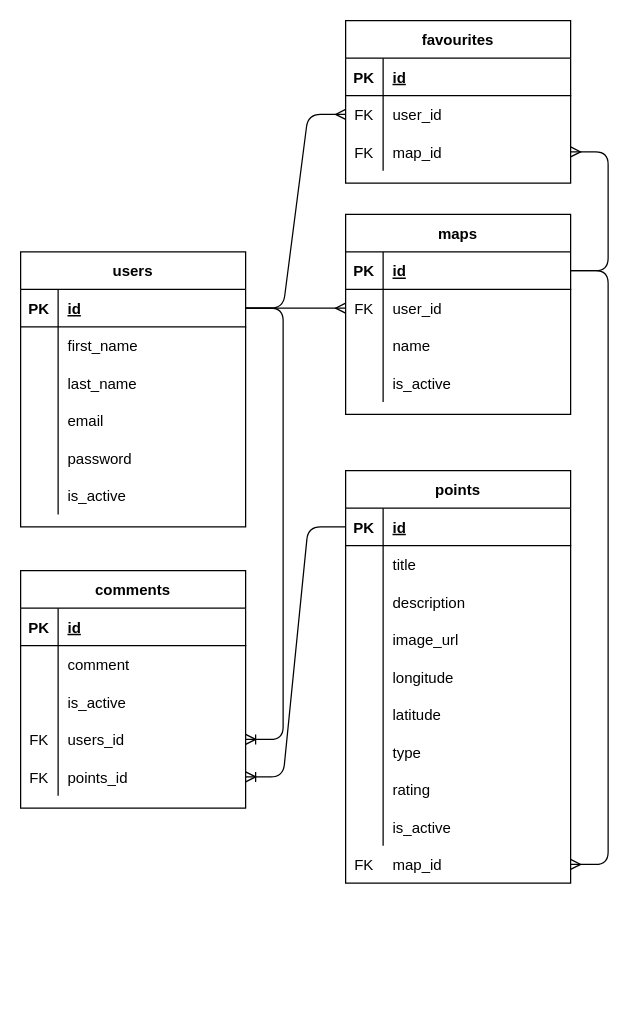
This is planning/midterm_ERD.drawio from StewartMck/mapit, a draw.io file, before an edit. Source tidied: cells renumbered, new cells numbered last; positions are measured from the earlier drawing's top-left corner, leaving out a move shared by most shapes. Both pictures are drawn from the tidied source at 125%, with x=0, y=0 at pixel (20, 20).
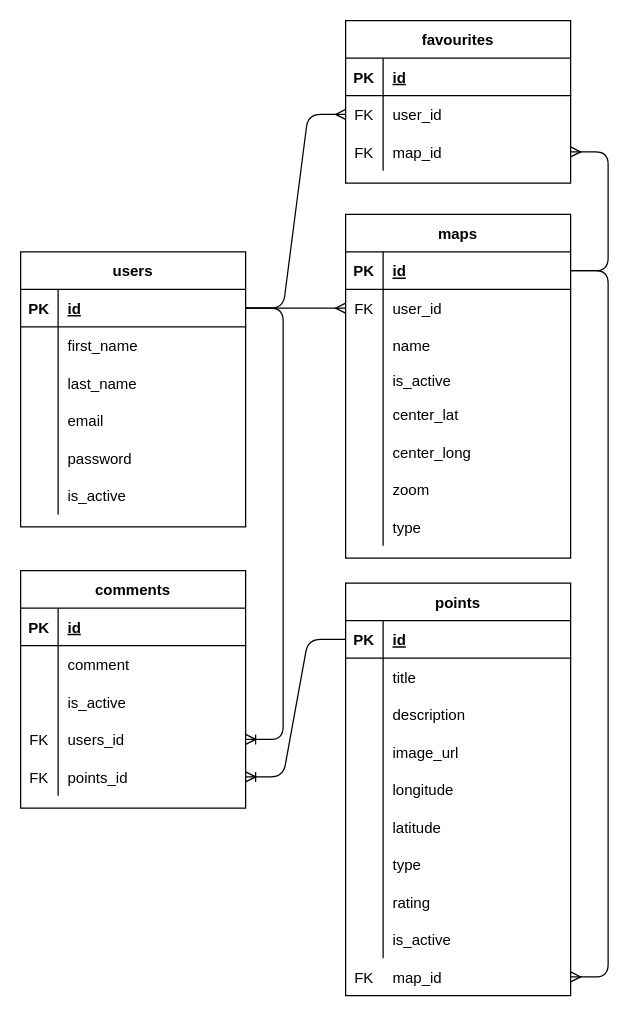
The same page after the edit.

Change to the diagram source:
```diff
@@
     <mxCell id="2" value="maps" style="shape=table;startSize=30;childLayout=tableLayout;rowLines=0;fontStyle=1;align=center;" parent="1" vertex="1">
-      <mxGeometry x="260" y="155" width="180" height="160" as="geometry" />
+      <mxGeometry x="260" y="155" width="180" height="275" as="geometry" />
     </mxCell>
@@
     <mxCell id="12" style="shape=partialRectangle;fillColor=none;top=0;left=0;bottom=0;right=0;" parent="2" vertex="1">
-      <mxGeometry y="120" width="180" height="30" as="geometry" />
+      <mxGeometry y="120" width="180" height="25" as="geometry" />
     </mxCell>
     <mxCell id="13" style="shape=partialRectangle;fillColor=none;top=0;left=0;bottom=0;right=0;overflow=hidden;" parent="12" vertex="1">
-      <mxGeometry width="30" height="30" as="geometry" />
+      <mxGeometry width="30" height="25" as="geometry" />
     </mxCell>
     <mxCell id="14" value="is_active" style="shape=partialRectangle;fillColor=none;top=0;left=0;bottom=0;right=0;align=left;spacingLeft=6;overflow=hidden;" parent="12" vertex="1">
-      <mxGeometry x="30" width="150" height="30" as="geometry" />
+      <mxGeometry x="30" width="150" height="25" as="geometry" />
     </mxCell>
+    <mxCell id="98" style="shape=partialRectangle;fillColor=none;top=0;left=0;bottom=0;right=0;" parent="2" vertex="1">
+      <mxGeometry y="145" width="180" height="30" as="geometry" />
+    </mxCell>
+    <mxCell id="99" style="shape=partialRectangle;fillColor=none;top=0;left=0;bottom=0;right=0;overflow=hidden;" parent="98" vertex="1">
+      <mxGeometry width="30" height="30" as="geometry" />
+    </mxCell>
+    <mxCell id="100" value="center_lat" style="shape=partialRectangle;fillColor=none;top=0;left=0;bottom=0;right=0;align=left;spacingLeft=6;overflow=hidden;" parent="98" vertex="1">
+      <mxGeometry x="30" width="150" height="30" as="geometry" />
+    </mxCell>
+    <mxCell id="101" style="shape=partialRectangle;fillColor=none;top=0;left=0;bottom=0;right=0;" parent="2" vertex="1">
+      <mxGeometry y="175" width="180" height="30" as="geometry" />
+    </mxCell>
+    <mxCell id="102" style="shape=partialRectangle;fillColor=none;top=0;left=0;bottom=0;right=0;overflow=hidden;" parent="101" vertex="1">
+      <mxGeometry width="30" height="30" as="geometry" />
+    </mxCell>
+    <mxCell id="103" value="center_long" style="shape=partialRectangle;fillColor=none;top=0;left=0;bottom=0;right=0;align=left;spacingLeft=6;overflow=hidden;" parent="101" vertex="1">
+      <mxGeometry x="30" width="150" height="30" as="geometry" />
+    </mxCell>
+    <mxCell id="104" style="shape=partialRectangle;fillColor=none;top=0;left=0;bottom=0;right=0;" parent="2" vertex="1">
+      <mxGeometry y="205" width="180" height="30" as="geometry" />
+    </mxCell>
+    <mxCell id="105" style="shape=partialRectangle;fillColor=none;top=0;left=0;bottom=0;right=0;overflow=hidden;" parent="104" vertex="1">
+      <mxGeometry width="30" height="30" as="geometry" />
+    </mxCell>
+    <mxCell id="106" value="zoom" style="shape=partialRectangle;fillColor=none;top=0;left=0;bottom=0;right=0;align=left;spacingLeft=6;overflow=hidden;" parent="104" vertex="1">
+      <mxGeometry x="30" width="150" height="30" as="geometry" />
+    </mxCell>
+    <mxCell id="107" style="shape=partialRectangle;fillColor=none;top=0;left=0;bottom=0;right=0;" parent="2" vertex="1">
+      <mxGeometry y="235" width="180" height="30" as="geometry" />
+    </mxCell>
+    <mxCell id="108" style="shape=partialRectangle;fillColor=none;top=0;left=0;bottom=0;right=0;overflow=hidden;" parent="107" vertex="1">
+      <mxGeometry width="30" height="30" as="geometry" />
+    </mxCell>
+    <mxCell id="109" value="type" style="shape=partialRectangle;fillColor=none;top=0;left=0;bottom=0;right=0;align=left;spacingLeft=6;overflow=hidden;" parent="107" vertex="1">
+      <mxGeometry x="30" width="150" height="30" as="geometry" />
+    </mxCell>
@@
     <mxCell id="44" value="points" style="shape=table;startSize=30;childLayout=tableLayout;rowLines=0;fontStyle=1;align=center;" parent="1" vertex="1">
-      <mxGeometry x="260" y="360" width="180" height="330" as="geometry" />
+      <mxGeometry x="260" y="450" width="180" height="330" as="geometry" />
     </mxCell>
@@
     <mxCell id="95" style="shape=partialRectangle;fillColor=none;top=0;left=0;bottom=0;right=0;points=[[0,0.5],[1,0.5]];portConstraint=eastwest;" parent="1" vertex="1">
-      <mxGeometry x="260" y="660" width="180" height="30" as="geometry" />
+      <mxGeometry x="260" y="750" width="180" height="30" as="geometry" />
     </mxCell>
```
